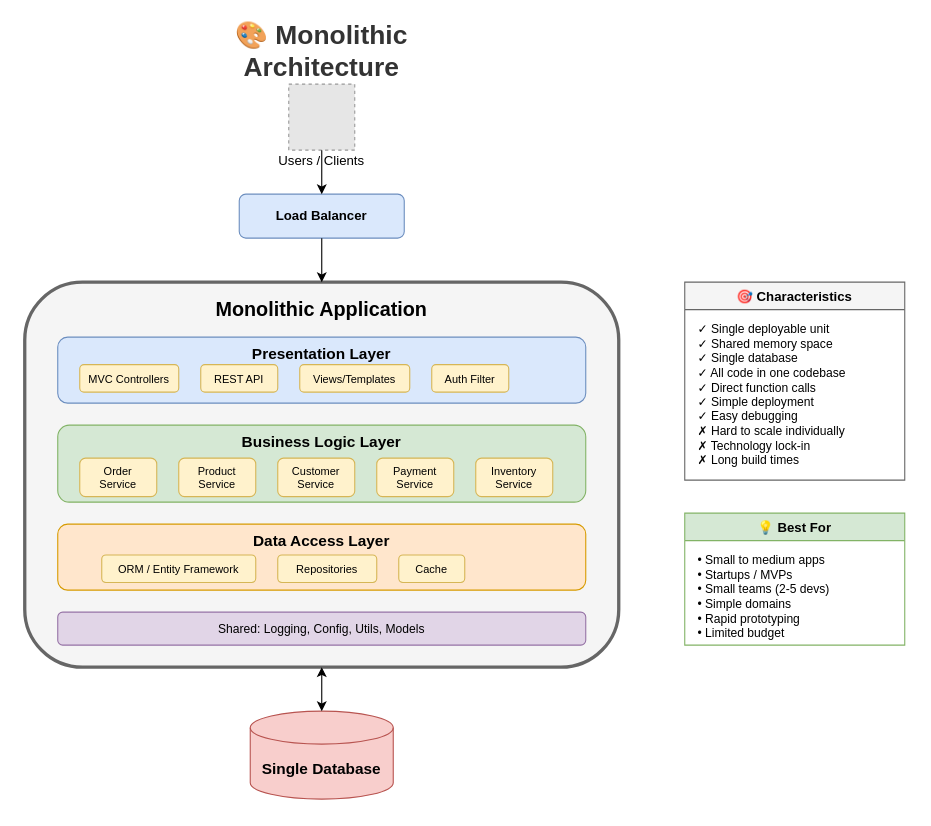
This is lesson-01-software-design-architecture/02-architecture-styles/2.1-monolithic-architecture.drawio from MrParkerZ7/document-lesson-software-architect-x-claude, a draw.io file, before an edit. Source tidied: cells renumbered, new cells numbered last; positions are measured from the earlier drawing's top-left corner, leaving out a move shared by most shapes. Both pictures are drawn from the tidied source at 110%, with x=0, y=0 at pixel (24, 29). Pictures stored in the file or linked from it are replaced by grey dashed boxes.
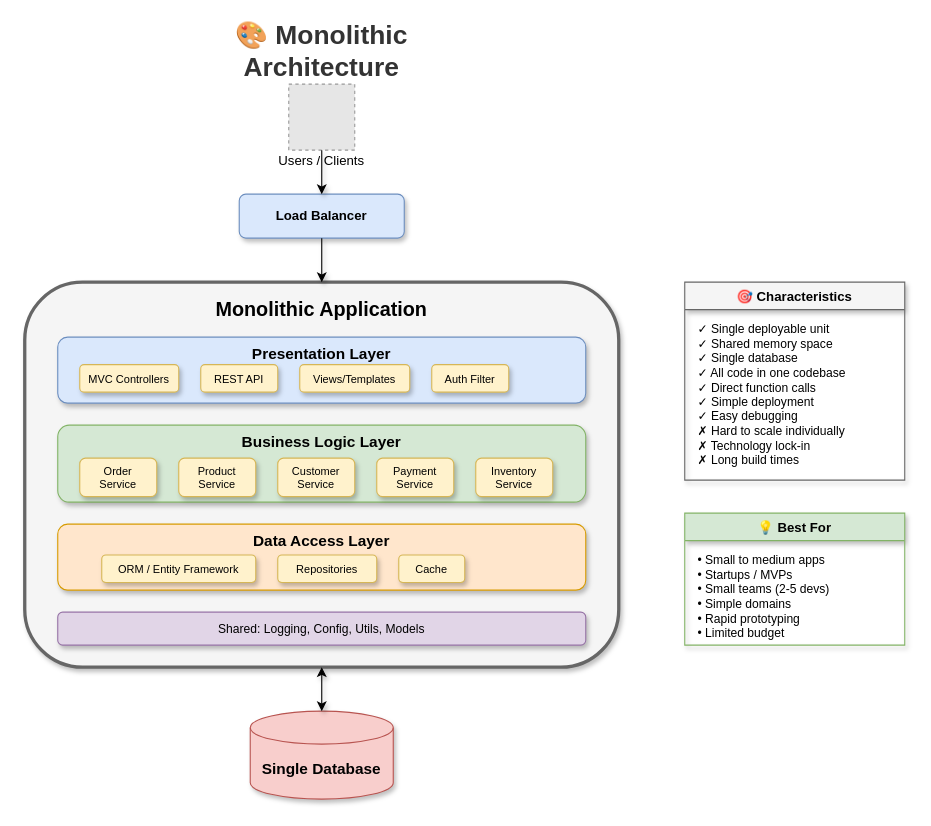
After the change.

Unchanged cells that the change refers to:
```xml
<mxCell id="3" style="fillColor=#E6E6E6;strokeColor=#999999;dashed=1;verticalLabelPosition=bottom;labelBackgroundColor=default;verticalAlign=top;" parent="1" vertex="1">
  <mxGeometry x="240" y="50" width="60" height="60" as="geometry" />
</mxCell>
```

What changed in the source:
```diff
@@
-    <mxCell id="5" value="Load Balancer" style="rounded=1;whiteSpace=wrap;html=1;fillColor=#dae8fc;strokeColor=#6c8ebf;fontSize=12;fontStyle=1;" parent="1" vertex="1">
+    <mxCell id="5" value="Load Balancer" style="rounded=1;whiteSpace=wrap;html=1;fillColor=#dae8fc;strokeColor=#6c8ebf;fontSize=12;fontStyle=1;shadow=1;" parent="1" vertex="1">
       <mxGeometry x="195" y="150" width="150" height="40" as="geometry" />
     </mxCell>
-    <mxCell id="6" style="rounded=1;whiteSpace=wrap;html=1;fillColor=#f5f5f5;strokeColor=#666666;strokeWidth=3;" parent="1" vertex="1">
+    <mxCell id="6" style="rounded=1;whiteSpace=wrap;html=1;fillColor=#f5f5f5;strokeColor=#666666;strokeWidth=3;shadow=1;" parent="1" vertex="1">
       <mxGeometry y="230" width="540" height="350" as="geometry" />
     </mxCell>
@@
-    <mxCell id="8" style="rounded=1;whiteSpace=wrap;html=1;fillColor=#dae8fc;strokeColor=#6c8ebf;" parent="1" vertex="1">
+    <mxCell id="8" style="rounded=1;whiteSpace=wrap;html=1;fillColor=#dae8fc;strokeColor=#6c8ebf;shadow=1;" parent="1" vertex="1">
       <mxGeometry x="30" y="280" width="480" height="60" as="geometry" />
     </mxCell>
@@
-    <mxCell id="10" value="MVC Controllers" style="rounded=1;whiteSpace=wrap;html=1;fillColor=#fff2cc;strokeColor=#d6b656;fontSize=10;" parent="1" vertex="1">
+    <mxCell id="10" value="MVC Controllers" style="rounded=1;whiteSpace=wrap;html=1;fillColor=#fff2cc;strokeColor=#d6b656;fontSize=10;shadow=1;" parent="1" vertex="1">
       <mxGeometry x="50" y="305" width="90" height="25" as="geometry" />
     </mxCell>
-    <mxCell id="11" value="REST API" style="rounded=1;whiteSpace=wrap;html=1;fillColor=#fff2cc;strokeColor=#d6b656;fontSize=10;" parent="1" vertex="1">
+    <mxCell id="11" value="REST API" style="rounded=1;whiteSpace=wrap;html=1;fillColor=#fff2cc;strokeColor=#d6b656;fontSize=10;shadow=1;" parent="1" vertex="1">
       <mxGeometry x="160" y="305" width="70" height="25" as="geometry" />
     </mxCell>
-    <mxCell id="12" value="Views/Templates" style="rounded=1;whiteSpace=wrap;html=1;fillColor=#fff2cc;strokeColor=#d6b656;fontSize=10;" parent="1" vertex="1">
+    <mxCell id="12" value="Views/Templates" style="rounded=1;whiteSpace=wrap;html=1;fillColor=#fff2cc;strokeColor=#d6b656;fontSize=10;shadow=1;" parent="1" vertex="1">
       <mxGeometry x="250" y="305" width="100" height="25" as="geometry" />
     </mxCell>
-    <mxCell id="13" value="Auth Filter" style="rounded=1;whiteSpace=wrap;html=1;fillColor=#fff2cc;strokeColor=#d6b656;fontSize=10;" parent="1" vertex="1">
+    <mxCell id="13" value="Auth Filter" style="rounded=1;whiteSpace=wrap;html=1;fillColor=#fff2cc;strokeColor=#d6b656;fontSize=10;shadow=1;" parent="1" vertex="1">
       <mxGeometry x="370" y="305" width="70" height="25" as="geometry" />
     </mxCell>
-    <mxCell id="14" style="rounded=1;whiteSpace=wrap;html=1;fillColor=#d5e8d4;strokeColor=#82b366;" parent="1" vertex="1">
+    <mxCell id="14" style="rounded=1;whiteSpace=wrap;html=1;fillColor=#d5e8d4;strokeColor=#82b366;shadow=1;" parent="1" vertex="1">
       <mxGeometry x="30" y="360" width="480" height="70" as="geometry" />
     </mxCell>
@@
-    <mxCell id="16" value="Order&#10;Service" style="rounded=1;whiteSpace=wrap;html=1;fillColor=#fff2cc;strokeColor=#d6b656;fontSize=10;" parent="1" vertex="1">
+    <mxCell id="16" value="Order&#10;Service" style="rounded=1;whiteSpace=wrap;html=1;fillColor=#fff2cc;strokeColor=#d6b656;fontSize=10;shadow=1;" parent="1" vertex="1">
       <mxGeometry x="50" y="390" width="70" height="35" as="geometry" />
     </mxCell>
-    <mxCell id="17" value="Product&#10;Service" style="rounded=1;whiteSpace=wrap;html=1;fillColor=#fff2cc;strokeColor=#d6b656;fontSize=10;" parent="1" vertex="1">
+    <mxCell id="17" value="Product&#10;Service" style="rounded=1;whiteSpace=wrap;html=1;fillColor=#fff2cc;strokeColor=#d6b656;fontSize=10;shadow=1;" parent="1" vertex="1">
       <mxGeometry x="140" y="390" width="70" height="35" as="geometry" />
     </mxCell>
-    <mxCell id="18" value="Customer&#10;Service" style="rounded=1;whiteSpace=wrap;html=1;fillColor=#fff2cc;strokeColor=#d6b656;fontSize=10;" parent="1" vertex="1">
+    <mxCell id="18" value="Customer&#10;Service" style="rounded=1;whiteSpace=wrap;html=1;fillColor=#fff2cc;strokeColor=#d6b656;fontSize=10;shadow=1;" parent="1" vertex="1">
       <mxGeometry x="230" y="390" width="70" height="35" as="geometry" />
     </mxCell>
-    <mxCell id="19" value="Payment&#10;Service" style="rounded=1;whiteSpace=wrap;html=1;fillColor=#fff2cc;strokeColor=#d6b656;fontSize=10;" parent="1" vertex="1">
+    <mxCell id="19" value="Payment&#10;Service" style="rounded=1;whiteSpace=wrap;html=1;fillColor=#fff2cc;strokeColor=#d6b656;fontSize=10;shadow=1;" parent="1" vertex="1">
       <mxGeometry x="320" y="390" width="70" height="35" as="geometry" />
     </mxCell>
-    <mxCell id="20" value="Inventory&#10;Service" style="rounded=1;whiteSpace=wrap;html=1;fillColor=#fff2cc;strokeColor=#d6b656;fontSize=10;" parent="1" vertex="1">
+    <mxCell id="20" value="Inventory&#10;Service" style="rounded=1;whiteSpace=wrap;html=1;fillColor=#fff2cc;strokeColor=#d6b656;fontSize=10;shadow=1;" parent="1" vertex="1">
       <mxGeometry x="410" y="390" width="70" height="35" as="geometry" />
     </mxCell>
-    <mxCell id="21" style="rounded=1;whiteSpace=wrap;html=1;fillColor=#ffe6cc;strokeColor=#d79b00;" parent="1" vertex="1">
+    <mxCell id="21" style="rounded=1;whiteSpace=wrap;html=1;fillColor=#ffe6cc;strokeColor=#d79b00;shadow=1;" parent="1" vertex="1">
       <mxGeometry x="30" y="450" width="480" height="60" as="geometry" />
     </mxCell>
@@
-    <mxCell id="23" value="ORM / Entity Framework" style="rounded=1;whiteSpace=wrap;html=1;fillColor=#fff2cc;strokeColor=#d6b656;fontSize=10;" parent="1" vertex="1">
+    <mxCell id="23" value="ORM / Entity Framework" style="rounded=1;whiteSpace=wrap;html=1;fillColor=#fff2cc;strokeColor=#d6b656;fontSize=10;shadow=1;" parent="1" vertex="1">
       <mxGeometry x="70" y="478" width="140" height="25" as="geometry" />
     </mxCell>
-    <mxCell id="24" value="Repositories" style="rounded=1;whiteSpace=wrap;html=1;fillColor=#fff2cc;strokeColor=#d6b656;fontSize=10;" parent="1" vertex="1">
+    <mxCell id="24" value="Repositories" style="rounded=1;whiteSpace=wrap;html=1;fillColor=#fff2cc;strokeColor=#d6b656;fontSize=10;shadow=1;" parent="1" vertex="1">
       <mxGeometry x="230" y="478" width="90" height="25" as="geometry" />
     </mxCell>
-    <mxCell id="25" value="Cache" style="rounded=1;whiteSpace=wrap;html=1;fillColor=#fff2cc;strokeColor=#d6b656;fontSize=10;" parent="1" vertex="1">
+    <mxCell id="25" value="Cache" style="rounded=1;whiteSpace=wrap;html=1;fillColor=#fff2cc;strokeColor=#d6b656;fontSize=10;shadow=1;" parent="1" vertex="1">
       <mxGeometry x="340" y="478" width="60" height="25" as="geometry" />
     </mxCell>
-    <mxCell id="26" value="Shared: Logging, Config, Utils, Models" style="rounded=1;whiteSpace=wrap;html=1;fillColor=#e1d5e7;strokeColor=#9673a6;fontSize=11;" parent="1" vertex="1">
+    <mxCell id="26" value="Shared: Logging, Config, Utils, Models" style="rounded=1;whiteSpace=wrap;html=1;fillColor=#e1d5e7;strokeColor=#9673a6;fontSize=11;shadow=1;" parent="1" vertex="1">
       <mxGeometry x="30" y="530" width="480" height="30" as="geometry" />
     </mxCell>
-    <mxCell id="27" value="Single Database" style="shape=cylinder3;whiteSpace=wrap;html=1;boundedLbl=1;backgroundOutline=1;size=15;fillColor=#f8cecc;strokeColor=#b85450;fontSize=14;fontStyle=1;" parent="1" vertex="1">
+    <mxCell id="27" value="Single Database" style="shape=cylinder3;whiteSpace=wrap;html=1;boundedLbl=1;backgroundOutline=1;size=15;fillColor=#f8cecc;strokeColor=#b85450;fontSize=14;fontStyle=1;shadow=1;" parent="1" vertex="1">
       <mxGeometry x="205" y="620" width="130" height="80" as="geometry" />
     </mxCell>
-    <mxCell id="28" style="endArrow=classic;html=1;exitX=0.5;exitY=1;exitDx=0;exitDy=0;entryX=0.5;entryY=0;entryDx=0;entryDy=0;" parent="1" edge="1" source="5" target="6">
+    <mxCell id="28" style="endArrow=classic;html=1;exitX=0.5;exitY=1;exitDx=0;exitDy=0;entryX=0.5;entryY=0;entryDx=0;entryDy=0;shadow=1;curved=1;flowAnimation=1;jumpStyle=arc;" parent="1" edge="1" source="5" target="6">
       <mxGeometry relative="1" as="geometry" />
     </mxCell>
-    <mxCell id="29" style="endArrow=classic;startArrow=classic;html=1;exitX=0.5;exitY=1;exitDx=0;exitDy=0;entryX=0.5;entryY=0;entryDx=0;entryDy=0;entryDy=0;entryPerimeter=0;" parent="1" edge="1" source="6" target="27">
+    <mxCell id="29" style="endArrow=classic;startArrow=classic;html=1;exitX=0.5;exitY=1;exitDx=0;exitDy=0;entryX=0.5;entryY=0;entryDx=0;entryDy=0;entryDy=0;entryPerimeter=0;shadow=1;curved=1;flowAnimation=1;jumpStyle=arc;" parent="1" edge="1" source="6" target="27">
       <mxGeometry relative="1" as="geometry" />
     </mxCell>
-    <mxCell id="30" style="endArrow=classic;html=1;exitX=0.5;exitY=1;exitDx=0;exitDy=0;entryX=0.5;entryY=0;entryDx=0;entryDy=0;" parent="1" edge="1" source="3" target="5">
+    <mxCell id="30" style="endArrow=classic;html=1;exitX=0.5;exitY=1;exitDx=0;exitDy=0;entryX=0.5;entryY=0;entryDx=0;entryDy=0;shadow=1;curved=1;flowAnimation=1;jumpStyle=arc;" parent="1" edge="1" source="3" target="5">
       <mxGeometry relative="1" as="geometry" />
     </mxCell>
-    <mxCell id="31" value="🎯 Characteristics" style="swimlane;fontStyle=1;align=center;verticalAlign=top;horizontal=1;startSize=25;fillColor=#f5f5f5;strokeColor=#666666;" parent="1" vertex="1">
+    <mxCell id="31" value="🎯 Characteristics" style="swimlane;fontStyle=1;align=center;verticalAlign=top;horizontal=1;startSize=25;fillColor=#f5f5f5;strokeColor=#666666;shadow=1;rounded=0;" parent="1" vertex="1">
       <mxGeometry x="600" y="230" width="200" height="180" as="geometry" />
     </mxCell>
@@
-    <mxCell id="33" value="💡 Best For" style="swimlane;fontStyle=1;align=center;verticalAlign=top;horizontal=1;startSize=25;fillColor=#d5e8d4;strokeColor=#82b366;" parent="1" vertex="1">
+    <mxCell id="33" value="💡 Best For" style="swimlane;fontStyle=1;align=center;verticalAlign=top;horizontal=1;startSize=25;fillColor=#d5e8d4;strokeColor=#82b366;shadow=1;rounded=0;" parent="1" vertex="1">
       <mxGeometry x="600" y="440" width="200" height="120" as="geometry" />
     </mxCell>
```
